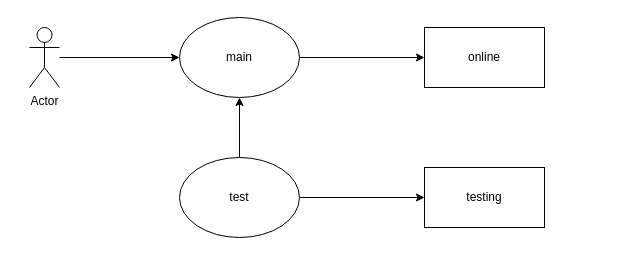
Earlier version of the draw.io diagram DESIGN/Testing Process Diagram.drawio (Team-Arbitrary/Team-Arbitrary.github.io). Source tidied: cells renumbered, new cells numbered last; positions are measured from the earlier drawing's top-left corner, leaving out a move shared by most shapes. Both pictures are drawn from the tidied source at 100%, with x=0, y=0 at pixel (29, 17).
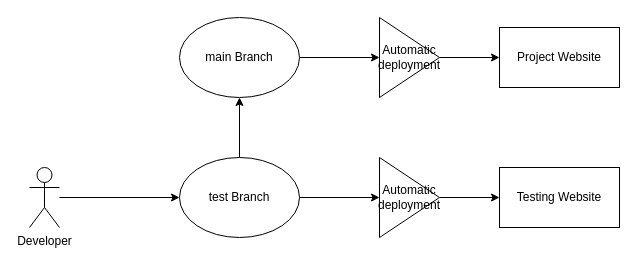
The same page after the edit.

The edit, as a diff of the source:
```diff
@@
 <mxGraphModel>
   <root>
     <mxCell id="0" />
     <mxCell id="1" parent="0" />
-    <mxCell id="2" style="edgeStyle=orthogonalEdgeStyle;rounded=0;jettySize=auto;html=1;entryX=0;entryY=0.5;entryDx=0;entryDy=0;" parent="1" edge="1" source="3" target="7">
+    <mxCell id="2" style="edgeStyle=orthogonalEdgeStyle;rounded=0;jettySize=auto;html=1;" parent="1" edge="1" source="3" target="13">
       <mxGeometry relative="1" as="geometry" />
     </mxCell>
-    <mxCell id="3" value="main" style="ellipse;whiteSpace=wrap;html=1;" parent="1" vertex="1">
+    <mxCell id="3" value="main Branch" style="ellipse;whiteSpace=wrap;html=1;" parent="1" vertex="1">
       <mxGeometry x="150" width="120" height="80" as="geometry" />
     </mxCell>
-    <mxCell id="4" style="edgeStyle=orthogonalEdgeStyle;rounded=0;jettySize=auto;html=1;" parent="1" edge="1" source="6" target="8">
-      <mxGeometry relative="1" as="geometry" />
-    </mxCell>
     <mxCell id="5" style="edgeStyle=orthogonalEdgeStyle;rounded=0;jettySize=auto;html=1;" parent="1" edge="1" source="6" target="3">
       <mxGeometry relative="1" as="geometry" />
     </mxCell>
+    <mxCell id="11" style="edgeStyle=orthogonalEdgeStyle;rounded=0;jettySize=auto;html=1;" parent="1" edge="1" source="6" target="15">
+      <mxGeometry relative="1" as="geometry" />
+    </mxCell>
-    <mxCell id="6" value="test" style="ellipse;whiteSpace=wrap;html=1;" parent="1" vertex="1">
+    <mxCell id="6" value="test Branch" style="ellipse;whiteSpace=wrap;html=1;" parent="1" vertex="1">
       <mxGeometry x="150" y="140" width="120" height="80" as="geometry" />
     </mxCell>
-    <mxCell id="7" value="online" style="rounded=0;whiteSpace=wrap;html=1;" parent="1" vertex="1">
-      <mxGeometry x="395" y="10" width="120" height="60" as="geometry" />
+    <mxCell id="7" value="Project Website" style="rounded=0;whiteSpace=wrap;html=1;" parent="1" vertex="1">
+      <mxGeometry x="470" y="10" width="120" height="60" as="geometry" />
     </mxCell>
-    <mxCell id="8" value="testing" style="rounded=0;whiteSpace=wrap;html=1;" parent="1" vertex="1">
-      <mxGeometry x="395" y="150" width="120" height="60" as="geometry" />
+    <mxCell id="8" value="Testing Website" style="rounded=0;whiteSpace=wrap;html=1;" parent="1" vertex="1">
+      <mxGeometry x="470" y="150" width="120" height="60" as="geometry" />
     </mxCell>
-    <mxCell id="9" style="edgeStyle=orthogonalEdgeStyle;rounded=0;jettySize=auto;html=1;entryX=0;entryY=0.5;entryDx=0;entryDy=0;" parent="1" edge="1" source="10" target="3">
+    <mxCell id="9" style="edgeStyle=orthogonalEdgeStyle;rounded=0;jettySize=auto;html=1;entryX=0;entryY=0.5;entryDx=0;entryDy=0;" parent="1" edge="1" source="10" target="6">
       <mxGeometry relative="1" as="geometry" />
     </mxCell>
-    <mxCell id="10" value="Actor" style="shape=umlActor;verticalLabelPosition=bottom;verticalAlign=top;html=1;outlineConnect=0;" parent="1" vertex="1">
-      <mxGeometry y="10" width="30" height="60" as="geometry" />
+    <mxCell id="10" value="Developer" style="shape=umlActor;verticalLabelPosition=bottom;verticalAlign=top;html=1;outlineConnect=0;" parent="1" vertex="1">
+      <mxGeometry y="150" width="30" height="60" as="geometry" />
     </mxCell>
+    <mxCell id="12" style="edgeStyle=orthogonalEdgeStyle;rounded=0;jettySize=auto;html=1;" parent="1" edge="1" source="13" target="7">
+      <mxGeometry relative="1" as="geometry" />
+    </mxCell>
+    <mxCell id="13" value="Automatic deployment" style="triangle;whiteSpace=wrap;html=1;" parent="1" vertex="1">
+      <mxGeometry x="350" width="60" height="80" as="geometry" />
+    </mxCell>
+    <mxCell id="14" style="edgeStyle=orthogonalEdgeStyle;rounded=0;jettySize=auto;html=1;" parent="1" edge="1" source="15" target="8">
+      <mxGeometry relative="1" as="geometry" />
+    </mxCell>
+    <mxCell id="15" value="Automatic deployment" style="triangle;whiteSpace=wrap;html=1;" parent="1" vertex="1">
+      <mxGeometry x="350" y="140" width="60" height="80" as="geometry" />
+    </mxCell>
   </root>
 </mxGraphModel>
```
